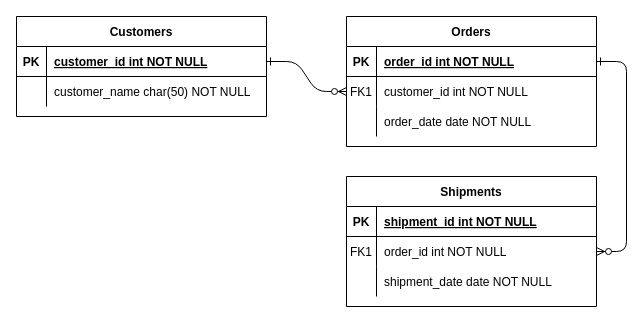
This is Parkinglot-Schema-Diagram.drawio from geeky-sanjay/class-diagrams, a draw.io file, before an edit. Source tidied: cells renumbered, new cells numbered last; positions are measured from the earlier drawing's top-left corner, leaving out a move shared by most shapes. Both pictures are drawn from the tidied source at 100%, with x=0, y=0 at pixel (16, 16).
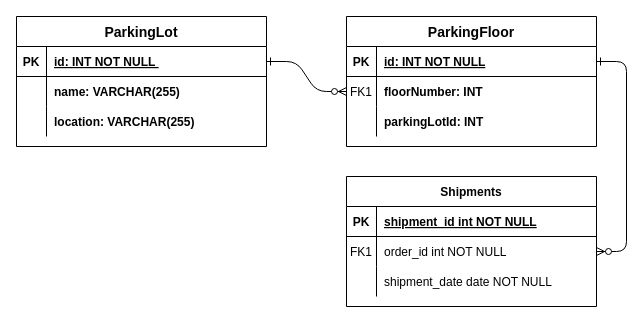
After the change.

The change refers to these unchanged cells:
```xml
<mxCell id="5" style="shape=partialRectangle;fillColor=none;points=[[0,0.5],[1,0.5]];portConstraint=eastwest;top=0;left=0;right=0;bottom=1;" parent="4" vertex="1">
  <mxGeometry y="30" width="250" height="30" as="geometry" />
</mxCell>
<mxCell id="8" style="shape=partialRectangle;fillColor=none;points=[[0,0.5],[1,0.5]];portConstraint=eastwest;top=0;left=0;right=0;bottom=0;" parent="4" vertex="1">
  <mxGeometry y="60" width="250" height="30" as="geometry" />
</mxCell>
<mxCell id="11" style="shape=partialRectangle;fillColor=none;top=0;left=0;right=0;bottom=0;" parent="4" vertex="1">
  <mxGeometry y="90" width="250" height="30" as="geometry" />
</mxCell>
<mxCell id="25" style="shape=partialRectangle;fillColor=none;points=[[0,0.5],[1,0.5]];portConstraint=eastwest;top=0;left=0;right=0;bottom=1;" parent="24" vertex="1">
  <mxGeometry y="30" width="250" height="30" as="geometry" />
</mxCell>
<mxCell id="28" style="shape=partialRectangle;fillColor=none;top=0;left=0;right=0;bottom=0;" parent="24" vertex="1">
  <mxGeometry y="60" width="250" height="30" as="geometry" />
</mxCell>
```

Diff of the diagram source:
```diff
@@
-    <mxCell id="4" value="Orders" style="shape=table;startSize=30;childLayout=tableLayout;rowLines=0;fontStyle=1;align=center;" parent="1" vertex="1">
+    <mxCell id="4" value="ParkingFloor" style="shape=table;startSize=30;childLayout=tableLayout;rowLines=0;fontStyle=1;align=center;fontSize=14;" parent="1" vertex="1">
       <mxGeometry x="330" width="250" height="130" as="geometry" />
     </mxCell>
@@
-    <mxCell id="7" value="order_id int NOT NULL " style="shape=partialRectangle;overflow=hidden;fillColor=none;top=0;left=0;bottom=0;right=0;align=left;spacingLeft=6;fontStyle=5;" parent="5" vertex="1">
+    <mxCell id="7" value="id: INT NOT NULL " style="shape=partialRectangle;overflow=hidden;fillColor=none;top=0;left=0;bottom=0;right=0;align=left;spacingLeft=6;fontStyle=5;" parent="5" vertex="1">
       <mxGeometry x="30" width="220" height="30" as="geometry" />
     </mxCell>
@@
-    <mxCell id="10" value="customer_id int NOT NULL" style="shape=partialRectangle;overflow=hidden;fillColor=none;top=0;left=0;bottom=0;right=0;align=left;spacingLeft=6;" parent="8" vertex="1">
+    <mxCell id="10" value="floorNumber: INT  " style="shape=partialRectangle;overflow=hidden;fillColor=none;top=0;left=0;bottom=0;right=0;align=left;spacingLeft=6;fontStyle=1;" parent="8" vertex="1">
       <mxGeometry x="30" width="220" height="30" as="geometry" />
     </mxCell>
@@
-    <mxCell id="13" value="order_date date NOT NULL" style="shape=partialRectangle;overflow=hidden;fillColor=none;top=0;left=0;bottom=0;right=0;align=left;spacingLeft=6;" parent="11" vertex="1">
+    <mxCell id="13" value="parkingLotId: INT" style="shape=partialRectangle;overflow=hidden;fillColor=none;top=0;left=0;bottom=0;right=0;align=left;spacingLeft=6;fontStyle=1;" parent="11" vertex="1">
       <mxGeometry x="30" width="220" height="30" as="geometry" />
     </mxCell>
@@
-    <mxCell id="24" value="Customers" style="shape=table;startSize=30;childLayout=tableLayout;rowLines=0;fontStyle=1;align=center;" parent="1" vertex="1">
-      <mxGeometry width="250" height="100" as="geometry" />
+    <mxCell id="24" value="ParkingLot" style="shape=table;startSize=30;childLayout=tableLayout;rowLines=0;fontStyle=1;align=center;fontSize=14;" parent="1" vertex="1">
+      <mxGeometry width="250" height="130" as="geometry" />
     </mxCell>
@@
-    <mxCell id="27" value="customer_id int NOT NULL " style="shape=partialRectangle;overflow=hidden;fillColor=none;top=0;left=0;bottom=0;right=0;align=left;spacingLeft=6;fontStyle=5;" parent="25" vertex="1">
+    <mxCell id="27" value="id: INT NOT NULL " style="shape=partialRectangle;overflow=hidden;fillColor=none;top=0;left=0;bottom=0;right=0;align=left;spacingLeft=6;fontStyle=5;" parent="25" vertex="1">
       <mxGeometry x="30" width="220" height="30" as="geometry" />
     </mxCell>
@@
-    <mxCell id="30" value="customer_name char(50) NOT NULL" style="shape=partialRectangle;overflow=hidden;fillColor=none;top=0;left=0;bottom=0;right=0;align=left;spacingLeft=6;" parent="28" vertex="1">
+    <mxCell id="30" value="name: VARCHAR(255)" style="shape=partialRectangle;overflow=hidden;fillColor=none;top=0;left=0;bottom=0;right=0;align=left;spacingLeft=6;fontStyle=1;" parent="28" vertex="1">
       <mxGeometry x="30" width="220" height="30" as="geometry" />
     </mxCell>
+    <mxCell id="31" style="shape=partialRectangle;fillColor=none;top=0;left=0;right=0;bottom=0;" parent="24" vertex="1">
+      <mxGeometry y="90" width="250" height="30" as="geometry" />
+    </mxCell>
+    <mxCell id="32" style="shape=partialRectangle;overflow=hidden;fillColor=none;top=0;left=0;bottom=0;right=0;" parent="31" vertex="1">
+      <mxGeometry width="30" height="30" as="geometry" />
+    </mxCell>
+    <mxCell id="33" value="location: VARCHAR(255)" style="shape=partialRectangle;overflow=hidden;fillColor=none;top=0;left=0;bottom=0;right=0;align=left;spacingLeft=6;fontStyle=1;" parent="31" vertex="1">
+      <mxGeometry x="30" width="220" height="30" as="geometry" />
+    </mxCell>
```
